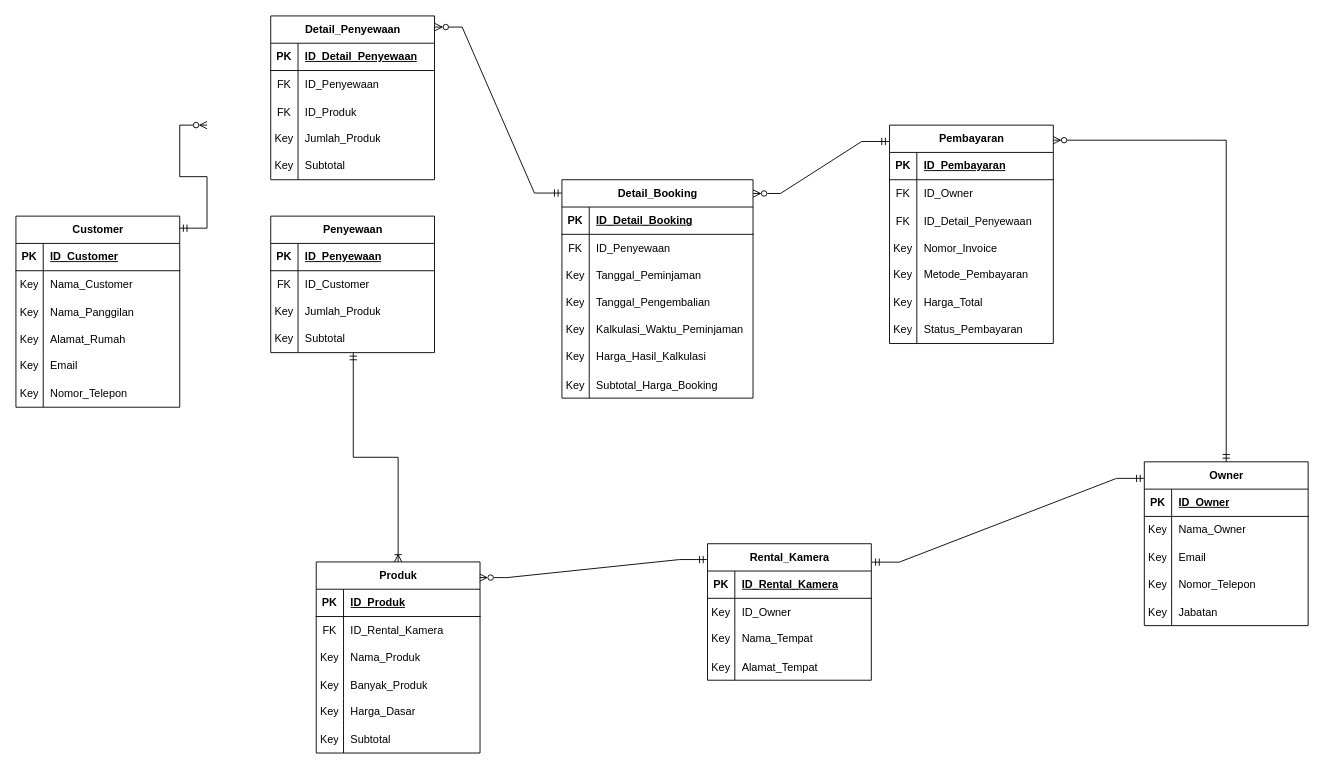
Earlier version of the draw.io diagram page "Diagram-Awal" (1 of 2) of sistem-rental-kamera.drawio (King-Ag-Jv/Project-Atrem). Source tidied: cells renumbered, new cells numbered last; positions are measured from the earlier drawing's top-left corner, leaving out a move shared by most shapes. Both pictures are drawn from the tidied source at 91%, with x=0, y=0 at pixel (15, 15).
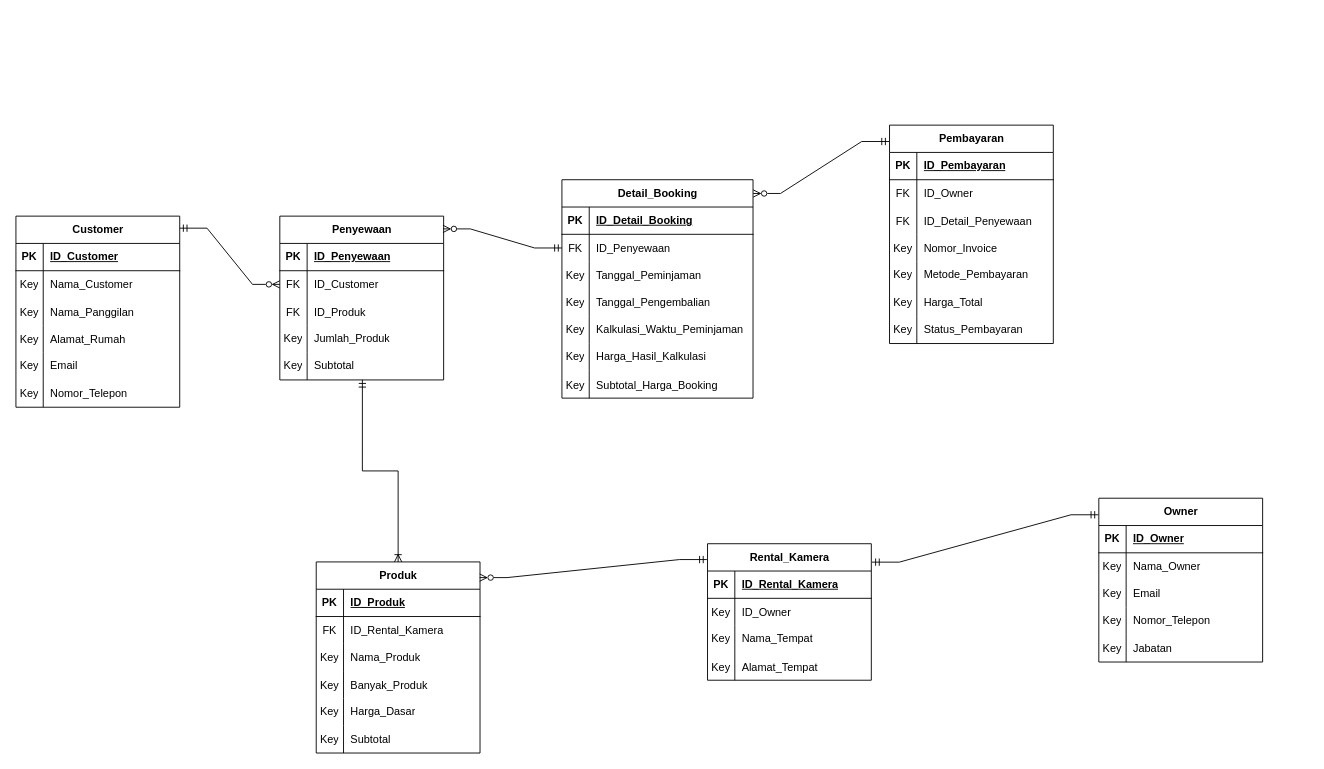
The same diagram, later.

The change refers to these unchanged cells:
```xml
<mxCell id="50" value="Customer" style="shape=table;startSize=30;childLayout=tableLayout;rowLines=0;fontStyle=1;align=center;html=1;" parent="1" vertex="1">
  <mxGeometry y="220" width="180" height="210" as="geometry" />
</mxCell>
<mxCell id="69" value="Pembayaran" style="shape=table;startSize=30;childLayout=tableLayout;rowLines=0;fontStyle=1;align=center;html=1;" parent="1" vertex="1">
  <mxGeometry x="960" y="120" width="180" height="240" as="geometry" />
</mxCell>
<mxCell id="91" value="Detail_Booking" style="shape=table;startSize=30;childLayout=tableLayout;rowLines=0;fontStyle=1;align=center;html=1;" parent="1" vertex="1">
  <mxGeometry x="600" y="180" width="210" height="240" as="geometry" />
</mxCell>
<mxCell id="95" style="shape=tableRow;horizontal=0;startSize=0;swimlaneHead=0;swimlaneBody=0;fillColor=none;points=[[0,0.5],[1,0.5]];portConstraint=eastwest;top=0;left=0;right=0;bottom=0;" parent="91" vertex="1">
  <mxGeometry y="60" width="210" height="30" as="geometry" />
</mxCell>
```

Change to the diagram source:
```diff
@@
     <mxCell id="21" value="Penyewaan" style="shape=table;startSize=30;childLayout=tableLayout;rowLines=0;fontStyle=1;align=center;html=1;" parent="1" vertex="1">
-      <mxGeometry x="280" y="220" width="180" height="150" as="geometry" />
+      <mxGeometry x="290" y="220" width="180" height="180" as="geometry" />
     </mxCell>
@@
+    <mxCell id="137" style="shape=tableRow;horizontal=0;startSize=0;swimlaneHead=0;swimlaneBody=0;fillColor=none;points=[[0,0.5],[1,0.5]];portConstraint=eastwest;top=0;left=0;right=0;bottom=0;" parent="21" vertex="1">
+      <mxGeometry y="60" width="180" height="30" as="geometry" />
+    </mxCell>
+    <mxCell id="149" value="FK" style="shape=partialRectangle;fillColor=none;top=0;left=0;bottom=0;right=0;overflow=hidden;" parent="137" vertex="1">
+      <mxGeometry width="30" height="30" as="geometry" />
+    </mxCell>
+    <mxCell id="150" value="ID_Customer" style="shape=partialRectangle;fillColor=none;top=0;left=0;bottom=0;right=0;align=left;spacingLeft=6;overflow=hidden;" parent="137" vertex="1">
+      <mxGeometry x="30" width="150" height="30" as="geometry" />
+    </mxCell>
     <mxCell id="25" style="shape=tableRow;horizontal=0;startSize=0;swimlaneHead=0;swimlaneBody=0;fillColor=none;top=0;left=0;right=0;bottom=0;" parent="21" vertex="1">
-      <mxGeometry y="60" width="180" height="30" as="geometry" />
+      <mxGeometry y="90" width="180" height="30" as="geometry" />
     </mxCell>
@@
-    <mxCell id="27" value="ID_Customer" style="shape=partialRectangle;fillColor=none;top=0;left=0;bottom=0;right=0;align=left;spacingLeft=6;overflow=hidden;" parent="25" vertex="1">
+    <mxCell id="27" value="ID_Produk" style="shape=partialRectangle;fillColor=none;top=0;left=0;bottom=0;right=0;align=left;spacingLeft=6;overflow=hidden;" parent="25" vertex="1">
       <mxGeometry x="30" width="150" height="30" as="geometry" />
     </mxCell>
     <mxCell id="28" style="shape=tableRow;horizontal=0;startSize=0;swimlaneHead=0;swimlaneBody=0;fillColor=none;top=0;left=0;right=0;bottom=0;" parent="21" vertex="1">
-      <mxGeometry y="90" width="180" height="30" as="geometry" />
+      <mxGeometry y="120" width="180" height="30" as="geometry" />
     </mxCell>
@@
     <mxCell id="31" style="shape=tableRow;horizontal=0;startSize=0;swimlaneHead=0;swimlaneBody=0;fillColor=none;points=[[0,0.5],[1,0.5]];portConstraint=eastwest;top=0;left=0;right=0;bottom=0;" parent="21" vertex="1">
-      <mxGeometry y="120" width="180" height="30" as="geometry" />
+      <mxGeometry y="150" width="180" height="30" as="geometry" />
     </mxCell>
@@
     <mxCell id="34" value="Owner" style="shape=table;startSize=30;childLayout=tableLayout;rowLines=0;fontStyle=1;align=center;html=1;" parent="1" vertex="1">
-      <mxGeometry x="1240" y="490" width="180" height="180" as="geometry" />
+      <mxGeometry x="1190" y="530" width="180" height="180" as="geometry" />
     </mxCell>
@@
-    <mxCell id="128" style="edgeStyle=entityRelationEdgeStyle;fontSize=12;html=1;endArrow=ERmandOne;endFill=0;rounded=0;startArrow=ERzeroToMany;startFill=0;entryX=-0.001;entryY=0.061;entryDx=0;entryDy=0;entryPerimeter=0;exitX=1.002;exitY=0.068;exitDx=0;exitDy=0;exitPerimeter=0;" parent="1" edge="1" source="133" target="91">
+    <mxCell id="128" style="edgeStyle=entityRelationEdgeStyle;fontSize=12;html=1;endArrow=ERmandOne;endFill=0;rounded=0;startArrow=ERzeroToMany;startFill=0;entryX=0;entryY=0.5;entryDx=0;entryDy=0;exitX=0.996;exitY=0.078;exitDx=0;exitDy=0;exitPerimeter=0;" parent="1" edge="1" source="21" target="95">
       <mxGeometry relative="1" as="geometry" />
     </mxCell>
@@
-    <mxCell id="131" style="edgeStyle=orthogonalEdgeStyle;fontSize=12;html=1;endArrow=ERmandOne;endFill=0;rounded=0;startArrow=ERzeroToMany;startFill=0;entryX=0.5;entryY=0;entryDx=0;entryDy=0;exitX=0.999;exitY=0.069;exitDx=0;exitDy=0;exitPerimeter=0;" parent="1" edge="1" source="69" target="34">
-      <mxGeometry relative="1" as="geometry" />
-    </mxCell>
-    <mxCell id="132" style="edgeStyle=entityRelationEdgeStyle;fontSize=12;html=1;endArrow=ERzeroToMany;endFill=0;rounded=0;startArrow=ERmandOne;startFill=0;exitX=1;exitY=0.063;exitDx=0;exitDy=0;exitPerimeter=0;" parent="1" edge="1" source="50">
-      <mxGeometry relative="1" as="geometry">
-        <mxPoint x="210" y="120" as="targetPoint" />
-      </mxGeometry>
+    <mxCell id="132" style="edgeStyle=entityRelationEdgeStyle;fontSize=12;html=1;endArrow=ERzeroToMany;endFill=0;rounded=0;startArrow=ERmandOne;startFill=0;exitX=1;exitY=0.063;exitDx=0;exitDy=0;exitPerimeter=0;entryX=0;entryY=0.5;entryDx=0;entryDy=0;" parent="1" edge="1" source="50" target="137">
+      <mxGeometry relative="1" as="geometry" />
     </mxCell>
-    <mxCell id="133" value="Detail_Penyewaan" style="shape=table;startSize=30;childLayout=tableLayout;rowLines=0;fontStyle=1;align=center;html=1;" parent="1" vertex="1">
-      <mxGeometry x="280" width="180" height="180" as="geometry" />
-    </mxCell>
-    <mxCell id="134" style="shape=tableRow;horizontal=0;startSize=0;swimlaneHead=0;swimlaneBody=0;fillColor=none;top=0;left=0;right=0;bottom=1;" parent="133" vertex="1">
-      <mxGeometry y="30" width="180" height="30" as="geometry" />
-    </mxCell>
-    <mxCell id="135" value="PK" style="shape=partialRectangle;fillColor=none;top=0;left=0;bottom=0;right=0;fontStyle=1;overflow=hidden;whiteSpace=wrap;html=1;" parent="134" vertex="1">
-      <mxGeometry width="30" height="30" as="geometry" />
-    </mxCell>
-    <mxCell id="136" value="ID_Detail_Penyewaan" style="shape=partialRectangle;fillColor=none;top=0;left=0;bottom=0;right=0;align=left;spacingLeft=6;fontStyle=5;overflow=hidden;whiteSpace=wrap;html=1;" parent="134" vertex="1">
-      <mxGeometry x="30" width="150" height="30" as="geometry" />
-    </mxCell>
-    <mxCell id="137" style="shape=tableRow;horizontal=0;startSize=0;swimlaneHead=0;swimlaneBody=0;fillColor=none;points=[[0,0.5],[1,0.5]];portConstraint=eastwest;top=0;left=0;right=0;bottom=0;" parent="133" vertex="1">
-      <mxGeometry y="60" width="180" height="30" as="geometry" />
-    </mxCell>
-    <mxCell id="138" value="FK" style="shape=partialRectangle;fillColor=none;top=0;left=0;bottom=0;right=0;overflow=hidden;" parent="137" vertex="1">
-      <mxGeometry width="30" height="30" as="geometry" />
-    </mxCell>
-    <mxCell id="139" value="ID_Penyewaan" style="shape=partialRectangle;fillColor=none;top=0;left=0;bottom=0;right=0;align=left;spacingLeft=6;overflow=hidden;" parent="137" vertex="1">
-      <mxGeometry x="30" width="150" height="30" as="geometry" />
-    </mxCell>
-    <mxCell id="140" style="shape=tableRow;horizontal=0;startSize=0;swimlaneHead=0;swimlaneBody=0;fillColor=none;top=0;left=0;right=0;bottom=0;" parent="133" vertex="1">
-      <mxGeometry y="90" width="180" height="30" as="geometry" />
-    </mxCell>
-    <mxCell id="141" value="FK" style="shape=partialRectangle;fillColor=none;top=0;left=0;bottom=0;right=0;overflow=hidden;" parent="140" vertex="1">
-      <mxGeometry width="30" height="30" as="geometry" />
-    </mxCell>
-    <mxCell id="142" value="ID_Produk" style="shape=partialRectangle;fillColor=none;top=0;left=0;bottom=0;right=0;align=left;spacingLeft=6;overflow=hidden;" parent="140" vertex="1">
-      <mxGeometry x="30" width="150" height="30" as="geometry" />
-    </mxCell>
-    <mxCell id="143" style="shape=tableRow;horizontal=0;startSize=0;swimlaneHead=0;swimlaneBody=0;fillColor=none;top=0;left=0;right=0;bottom=0;" parent="133" vertex="1">
-      <mxGeometry y="120" width="180" height="30" as="geometry" />
-    </mxCell>
-    <mxCell id="144" value="Key" style="shape=partialRectangle;fillColor=none;top=0;left=0;bottom=0;right=0;overflow=hidden;whiteSpace=wrap;html=1;" parent="143" vertex="1">
-      <mxGeometry width="30" height="30" as="geometry" />
-    </mxCell>
-    <mxCell id="145" value="Jumlah_Produk" style="shape=partialRectangle;fillColor=none;top=0;left=0;bottom=0;right=0;align=left;spacingLeft=6;overflow=hidden;whiteSpace=wrap;html=1;" parent="143" vertex="1">
-      <mxGeometry x="30" width="150" height="30" as="geometry" />
-    </mxCell>
-    <mxCell id="146" style="shape=tableRow;horizontal=0;startSize=0;swimlaneHead=0;swimlaneBody=0;fillColor=none;top=0;left=0;right=0;bottom=0;" parent="133" vertex="1">
-      <mxGeometry y="150" width="180" height="30" as="geometry" />
-    </mxCell>
-    <mxCell id="147" value="Key" style="shape=partialRectangle;fillColor=none;top=0;left=0;bottom=0;right=0;overflow=hidden;whiteSpace=wrap;html=1;" parent="146" vertex="1">
-      <mxGeometry width="30" height="30" as="geometry" />
-    </mxCell>
-    <mxCell id="148" value="Subtotal" style="shape=partialRectangle;fillColor=none;top=0;left=0;bottom=0;right=0;align=left;spacingLeft=6;overflow=hidden;whiteSpace=wrap;html=1;" parent="146" vertex="1">
-      <mxGeometry x="30" width="150" height="30" as="geometry" />
-    </mxCell>
```
